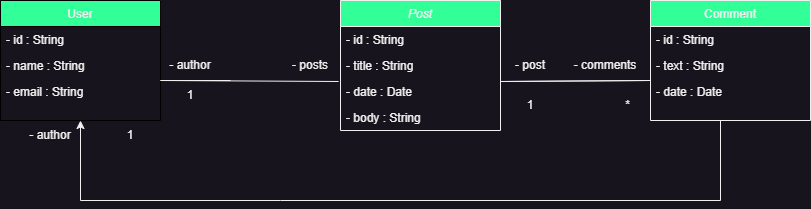
The draw.io diagram REST API.drawio.png in Erick3232/RestAPI-Spring, before a commit. Source tidied: cells renumbered, new cells last; positions are measured from the earlier drawing's top-left corner, leaving out a move shared by most shapes.
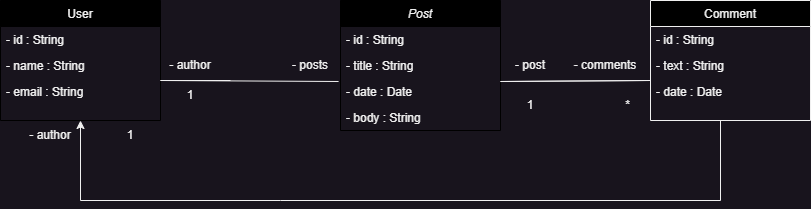
The same file after the commit.

The edit, as a diff of the source:
```diff
@@ -2,7 +2,7 @@
   <root>
     <mxCell id="0" />
     <mxCell id="1" parent="0" />
-    <mxCell id="2" value="Post" style="swimlane;fontStyle=2;align=center;verticalAlign=top;horizontal=1;startSize=26;rounded=0;shadow=0;strokeWidth=1;fillColor=#33FF99;" parent="1" vertex="1">
+    <mxCell id="2" value="Post" style="swimlane;fontStyle=2;align=center;verticalAlign=top;horizontal=1;startSize=26;rounded=0;shadow=0;strokeWidth=1;fillColor=#000000;strokeColor=#000000;" parent="1" vertex="1">
       <mxGeometry x="340" width="160" height="130" as="geometry" />
     </mxCell>
     <mxCell id="3" value="- id : String" style="text;align=left;verticalAlign=top;spacingLeft=4;spacingRight=4;overflow=hidden;" parent="2" vertex="1">
@@ -17,7 +17,7 @@
     <mxCell id="6" value="- body : String" style="text;align=left;verticalAlign=top;spacingLeft=4;spacingRight=4;overflow=hidden;rounded=0;shadow=0;html=0;" parent="2" vertex="1">
       <mxGeometry y="104" width="160" height="26" as="geometry" />
     </mxCell>
-    <mxCell id="7" value="User" style="swimlane;fontStyle=0;align=center;verticalAlign=top;horizontal=1;startSize=26;rounded=0;shadow=0;strokeWidth=1;fillColor=#33FF99;strokeColor=#000000;" parent="1" vertex="1">
+    <mxCell id="7" value="User" style="swimlane;fontStyle=0;align=center;verticalAlign=top;horizontal=1;startSize=26;rounded=0;shadow=0;strokeWidth=1;fillColor=#000000;strokeColor=#000000;" parent="1" vertex="1">
       <mxGeometry width="160" height="120" as="geometry" />
     </mxCell>
     <mxCell id="8" value="- id : String" style="text;align=left;verticalAlign=top;spacingLeft=4;spacingRight=4;overflow=hidden;" parent="7" vertex="1">
@@ -29,7 +29,7 @@
     <mxCell id="10" value="- email : String" style="text;align=left;verticalAlign=top;spacingLeft=4;spacingRight=4;overflow=hidden;rounded=0;shadow=0;html=0;" parent="7" vertex="1">
       <mxGeometry y="78" width="160" height="26" as="geometry" />
     </mxCell>
-    <mxCell id="11" value="Comment" style="swimlane;fontStyle=0;align=center;verticalAlign=top;horizontal=1;startSize=26;rounded=0;shadow=0;strokeWidth=1;fillColor=#33FF99;" parent="1" vertex="1">
+    <mxCell id="11" value="Comment" style="swimlane;fontStyle=0;align=center;verticalAlign=top;horizontal=1;startSize=26;rounded=0;shadow=0;strokeWidth=1;fillColor=#000000;" parent="1" vertex="1">
       <mxGeometry x="650" width="160" height="120" as="geometry" />
     </mxCell>
     <mxCell id="12" value="- id : String" style="text;align=left;verticalAlign=top;spacingLeft=4;spacingRight=4;overflow=hidden;" parent="11" vertex="1">
```
